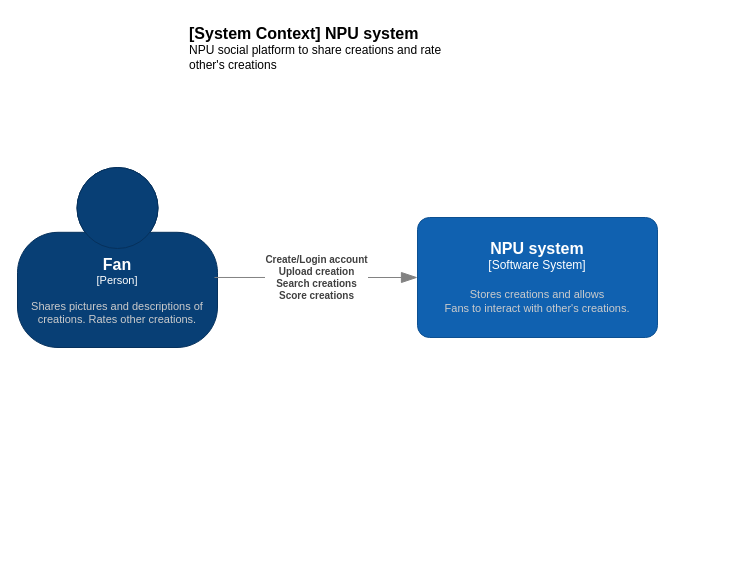
Earlier version of the draw.io diagram page "Context" (1 of 2) of Untitled Diagram.drawio (camilasouto/ShareCreation). Source tidied: cells renumbered, new cells numbered last; positions are measured from the earlier drawing's top-left corner, leaving out a move shared by most shapes. Both pictures are drawn from the tidied source at 100%, with x=0, y=0 at pixel (17, 17).
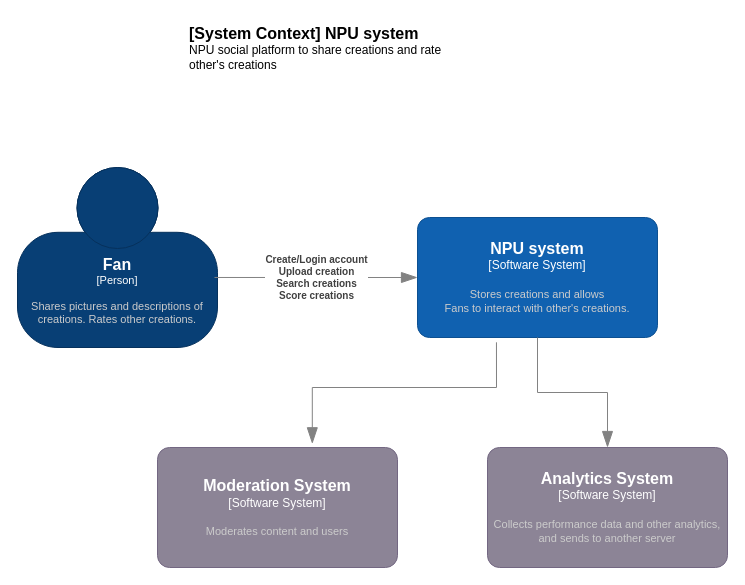
Above is the later version.

The edit, as a diff of the source:
```diff
@@
 <mxGraphModel>
   <root>
     <mxCell id="0" />
     <mxCell id="1" parent="0" />
     <object id="2" label="&lt;font style=&quot;font-size: 16px&quot;&gt;&lt;b&gt;%c4Name%&lt;/b&gt;&lt;/font&gt;&lt;div&gt;[%c4Type%]&lt;/div&gt;&lt;br&gt;&lt;div&gt;&lt;font style=&quot;font-size: 11px&quot;&gt;&lt;font color=&quot;#cccccc&quot;&gt;%c4Description%&lt;/font&gt;&lt;/div&gt;" c4Description="Shares pictures and descriptions of creations. Rates other creations." c4Name="Fan" c4Type="Person" placeholders="1">
       <mxCell style="html=1;fontSize=11;dashed=0;whiteSpace=wrap;fillColor=#083F75;strokeColor=#06315C;fontColor=#ffffff;shape=mxgraph.c4.person2;align=center;points=[[0.5,0,0],[1,0.5,0],[1,0.75,0],[0.75,1,0],[0.5,1,0],[0.25,1,0],[0,0.75,0],[0,0.5,0]];" parent="1" vertex="1">
         <mxGeometry y="150" width="200" height="180" as="geometry" />
       </mxCell>
     </object>
     <object id="3" label="&lt;font style=&quot;font-size: 16px&quot;&gt;&lt;b&gt;%c4Name%&lt;/b&gt;&lt;/font&gt;&lt;div&gt;[%c4Type%]&lt;/div&gt;&lt;br&gt;&lt;div&gt;&lt;font style=&quot;font-size: 11px&quot;&gt;&lt;font color=&quot;#cccccc&quot;&gt;%c4Description%&lt;/font&gt;&lt;/div&gt;" c4Description="Stores creations and allows &#10;Fans to interact with other's creations." c4Name="NPU system" c4Type="Software System" placeholders="1">
       <mxCell style="rounded=1;whiteSpace=wrap;html=1;labelBackgroundColor=none;fillColor=#1061B0;fontColor=#ffffff;align=center;arcSize=10;strokeColor=#0D5091;points=[[0.25,0,0],[0.5,0,0],[0.75,0,0],[1,0.25,0],[1,0.5,0],[1,0.75,0],[0.75,1,0],[0.5,1,0],[0.25,1,0],[0,0.75,0],[0,0.5,0],[0,0.25,0]];" parent="1" vertex="1">
         <mxGeometry x="400" y="200" width="240" height="120" as="geometry" />
       </mxCell>
     </object>
     <object id="4" label="&lt;div style=&quot;text-align: left&quot;&gt;&lt;div style=&quot;text-align: center&quot;&gt;&lt;b&gt;%c4Description%&lt;/b&gt;&lt;/div&gt;" c4Description="Create/Login account&#10;Upload creation&#10;Search creations&#10;Score creations" placeholders="1">
       <mxCell style="endArrow=blockThin;html=1;fontSize=10;fontColor=#404040;strokeWidth=1;endFill=1;strokeColor=#828282;elbow=vertical;endSize=14;startSize=14;jumpStyle=arc;jumpSize=16;rounded=0;edgeStyle=orthogonalEdgeStyle;entryX=0;entryY=0.5;entryDx=0;entryDy=0;entryPerimeter=0;exitX=0.985;exitY=0.611;exitDx=0;exitDy=0;exitPerimeter=0;" parent="1" edge="1" source="2" target="3">
         <mxGeometry relative="1" as="geometry" />
       </mxCell>
     </object>
     <object id="5" label="&lt;font style=&quot;font-size: 16px&quot;&gt;&lt;b&gt;&lt;div style=&quot;text-align: left&quot;&gt;%c4Name%&lt;/div&gt;&lt;/b&gt;&lt;/font&gt;&lt;div style=&quot;text-align: left&quot;&gt;%c4Description%&lt;/div&gt;" c4Description="NPU social platform to share creations and rate other's creations" c4Name="[System Context] NPU system" placeholders="1">
       <mxCell style="text;html=1;strokeColor=none;fillColor=none;align=left;verticalAlign=top;whiteSpace=wrap;rounded=0;" parent="1" vertex="1">
         <mxGeometry x="170" width="260" height="40" as="geometry" />
       </mxCell>
     </object>
+    <object id="6" label="&lt;font style=&quot;font-size: 16px&quot;&gt;&lt;b&gt;%c4Name%&lt;/b&gt;&lt;/font&gt;&lt;div&gt;[%c4Type%]&lt;/div&gt;&lt;br&gt;&lt;div&gt;&lt;font style=&quot;font-size: 11px&quot;&gt;&lt;font color=&quot;#cccccc&quot;&gt;%c4Description%&lt;/font&gt;&lt;/div&gt;" c4Description="Moderates content and users" c4Name="Moderation System" c4Type="Software System" placeholders="1">
+      <mxCell style="rounded=1;whiteSpace=wrap;html=1;labelBackgroundColor=none;fillColor=#8C8496;fontColor=#ffffff;align=center;arcSize=10;strokeColor=#736782;points=[[0.25,0,0],[0.5,0,0],[0.75,0,0],[1,0.25,0],[1,0.5,0],[1,0.75,0],[0.75,1,0],[0.5,1,0],[0.25,1,0],[0,0.75,0],[0,0.5,0],[0,0.25,0]];" parent="1" vertex="1">
+        <mxGeometry x="140" y="430" width="240" height="120" as="geometry" />
+      </mxCell>
+    </object>
+    <object id="7" label="&lt;font style=&quot;font-size: 16px&quot;&gt;&lt;b&gt;%c4Name%&lt;/b&gt;&lt;/font&gt;&lt;div&gt;[%c4Type%]&lt;/div&gt;&lt;br&gt;&lt;div&gt;&lt;font style=&quot;font-size: 11px&quot;&gt;&lt;font color=&quot;#cccccc&quot;&gt;%c4Description%&lt;/font&gt;&lt;/div&gt;" c4Description="Collects performance data and other analytics, and sends to another server" c4Name="Analytics System" c4Type="Software System" placeholders="1">
+      <mxCell style="rounded=1;whiteSpace=wrap;html=1;labelBackgroundColor=none;fillColor=#8C8496;fontColor=#ffffff;align=center;arcSize=10;strokeColor=#736782;points=[[0.25,0,0],[0.5,0,0],[0.75,0,0],[1,0.25,0],[1,0.5,0],[1,0.75,0],[0.75,1,0],[0.5,1,0],[0.25,1,0],[0,0.75,0],[0,0.5,0],[0,0.25,0]];" parent="1" vertex="1">
+        <mxGeometry x="470" y="430" width="240" height="120" as="geometry" />
+      </mxCell>
+    </object>
+    <mxCell id="8" style="endArrow=blockThin;html=1;fontSize=10;fontColor=#404040;strokeWidth=1;endFill=1;strokeColor=#828282;elbow=vertical;endSize=14;startSize=14;jumpStyle=arc;jumpSize=16;rounded=0;edgeStyle=orthogonalEdgeStyle;" parent="1" edge="1" source="3" target="7">
+      <mxGeometry relative="1" as="geometry" />
+    </mxCell>
+    <mxCell id="9" style="endArrow=blockThin;html=1;fontSize=10;fontColor=#404040;strokeWidth=1;endFill=1;strokeColor=#828282;elbow=vertical;endSize=14;startSize=14;jumpStyle=arc;jumpSize=16;rounded=0;edgeStyle=orthogonalEdgeStyle;exitX=0.329;exitY=1.04;exitDx=0;exitDy=0;exitPerimeter=0;entryX=0.645;entryY=-0.031;entryDx=0;entryDy=0;entryPerimeter=0;" parent="1" edge="1" source="3" target="6">
+      <mxGeometry relative="1" as="geometry">
+        <Array as="points">
+          <mxPoint x="479" y="370" />
+          <mxPoint x="295" y="370" />
+        </Array>
+      </mxGeometry>
+    </mxCell>
   </root>
 </mxGraphModel>
```
